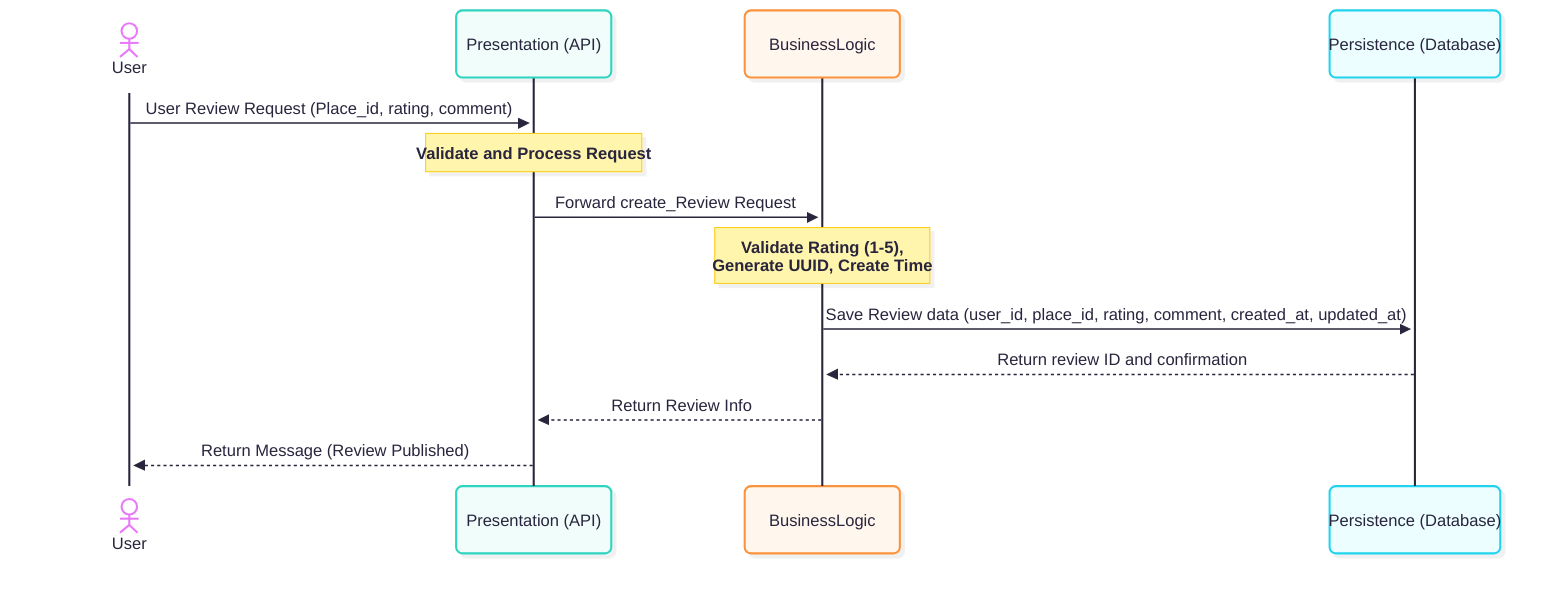
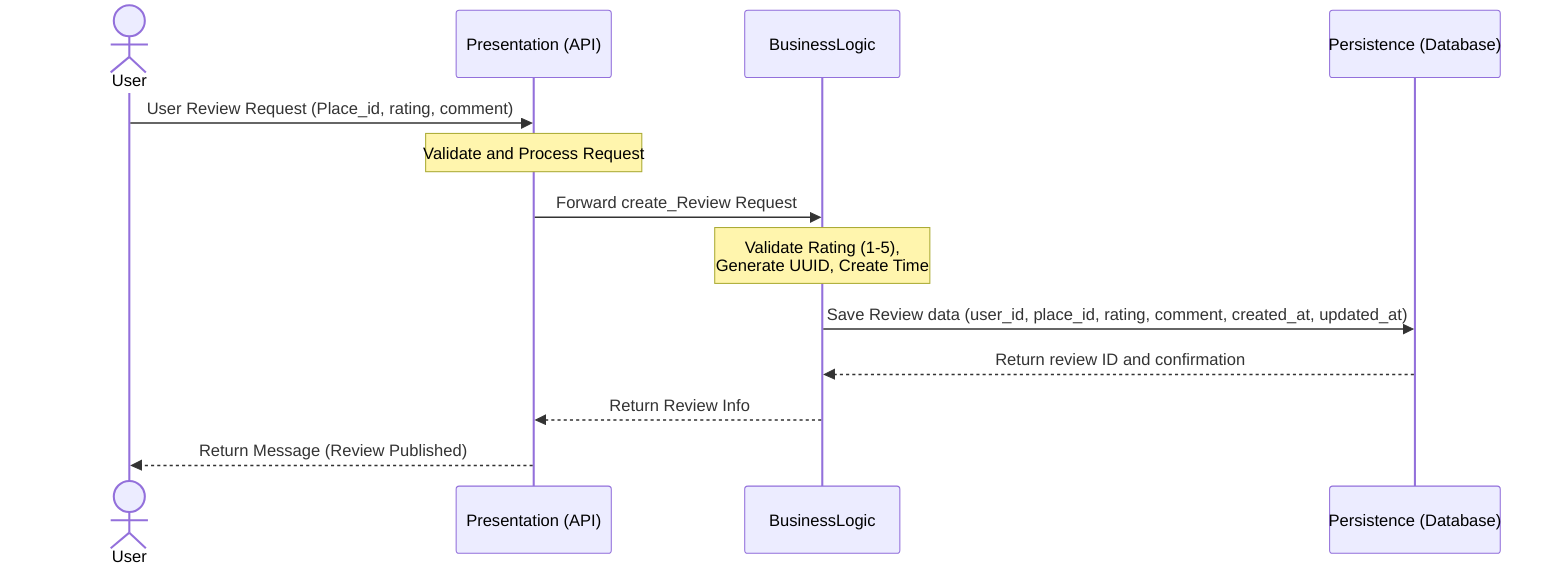
- ---
- config:
-   layout: dagre
-   theme: redux-color
-   look: neo
- ---
-  sequenceDiagram
+ sequenceDiagram
  actor A1 as User
  participant API as Presentation (API)
  participant BusinessLogic
  participant Persistence as Persistence (Database)


A1 ->> API: User Review Request (Place_id, rating, comment)
Note over API: Validate and Process Request
API ->> BusinessLogic: Forward create_Review Request
Note over BusinessLogic: Validate Rating (1-5),<br>Generate UUID, Create Time
BusinessLogic ->> Persistence: Save Review data (user_id, place_id, rating, comment, created_at, updated_at)
Persistence -->> BusinessLogic: Return review ID and confirmation
BusinessLogic -->> API: Return Review Info
API -->> A1: Return Message (Review Published)
